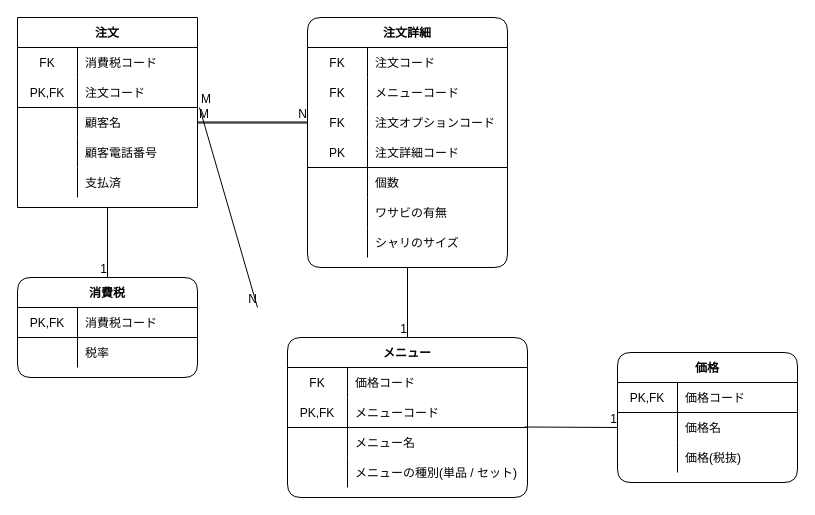
haratak/praha_challenge keeps this draw.io diagram as database/db_modeling_1/issue_3/db_modeling_3.dio. Above is the earlier version. Source tidied: cells renumbered, new cells numbered last; positions are measured from the earlier drawing's top-left corner, leaving out a move shared by most shapes. Both pictures are drawn from the tidied source at 100%, with x=0, y=0 at pixel (17, 17).
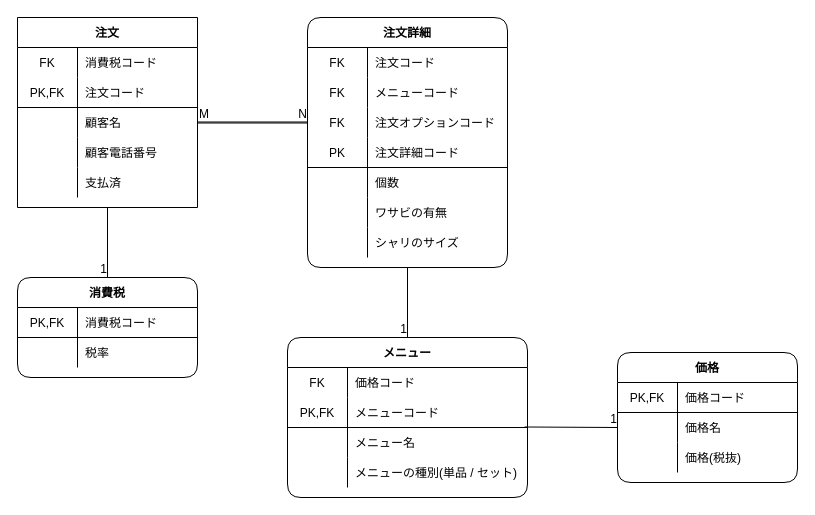
The same page after the edit.

The change refers to these unchanged cells:
```xml
<mxCell id="9" style="shape=partialRectangle;fillColor=none;top=0;left=0;bottom=0;right=0;points=[[0,0.5],[1,0.5]];portConstraint=eastwest;" parent="2" vertex="1">
  <mxGeometry y="90" width="180" height="30" as="geometry" />
</mxCell>
```

Change to the diagram source:
```diff
@@
-    <mxCell id="60" style="endArrow=none;html=1;rounded=0;exitX=1.011;exitY=0;exitDx=0;exitDy=0;exitPerimeter=0;entryX=0;entryY=0;entryDx=0;entryDy=0;entryPerimeter=0;" parent="1" edge="1" source="9">
-      <mxGeometry relative="1" as="geometry">
-        <mxPoint x="240" y="290" as="targetPoint" />
-      </mxGeometry>
-    </mxCell>
-    <mxCell id="61" value="M" style="html=1;align=left;verticalAlign=bottom;" parent="60" vertex="1">
-      <mxGeometry x="-1" relative="1" as="geometry" />
-    </mxCell>
-    <mxCell id="62" value="N" style="html=1;align=right;verticalAlign=bottom;" parent="60" vertex="1">
-      <mxGeometry x="1" relative="1" as="geometry" />
-    </mxCell>
```
